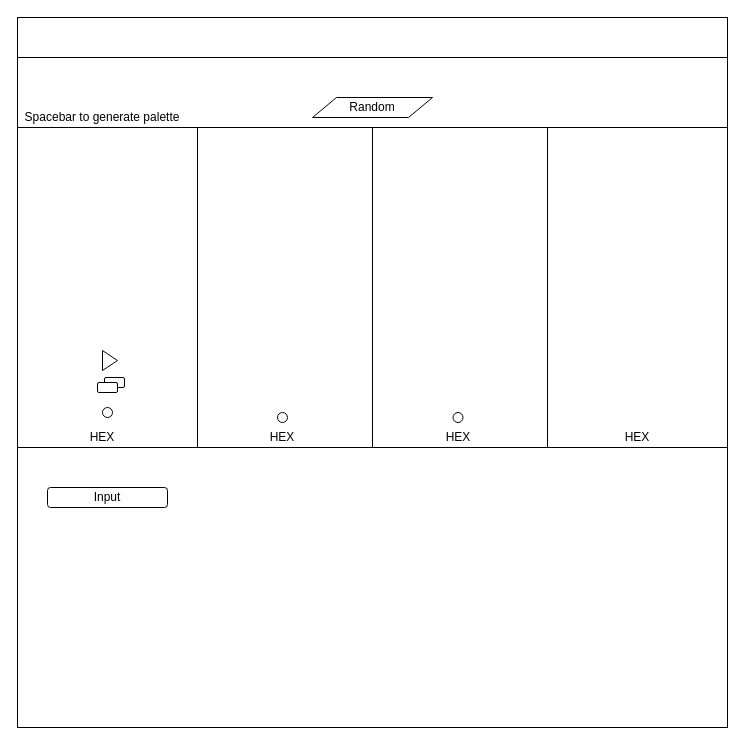
The draw.io diagram plan.drawio in rakanshaker/Color-Palette-Generator, before the edit. Source tidied: cells renumbered, new cells numbered last; positions are measured from the earlier drawing's top-left corner, leaving out a move shared by most shapes. Both pictures are drawn from the tidied source at 100%, with x=0, y=0 at pixel (17, 17).
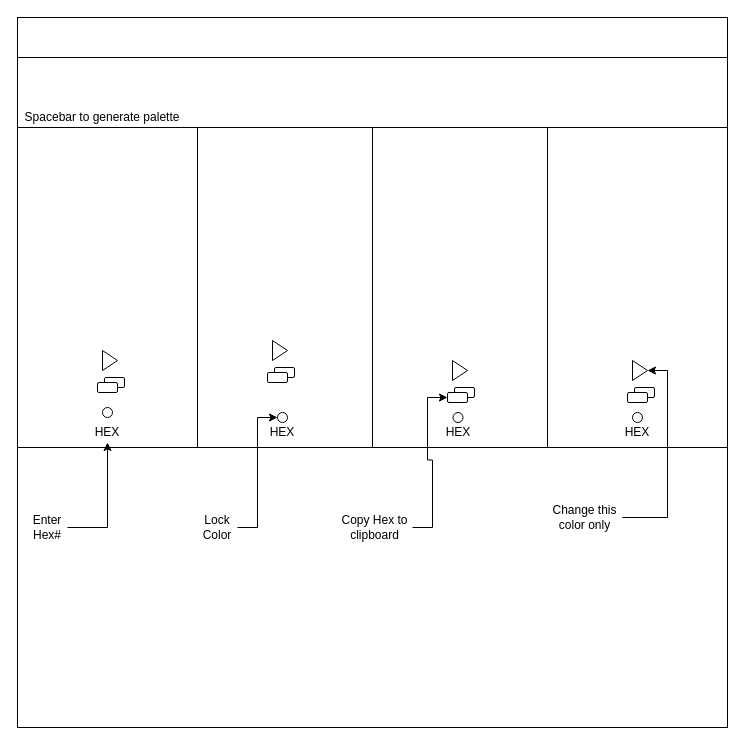
The same diagram, later.

Unchanged cells that the change refers to:
```xml
<mxCell id="18" style="ellipse;whiteSpace=wrap;html=1;" parent="1" vertex="1">
  <mxGeometry x="260" y="395" width="10" height="10" as="geometry" />
</mxCell>
```

The edit, as a diff of the source:
```diff
@@
-    <mxCell id="7" style="rounded=1;whiteSpace=wrap;html=1;" parent="1" vertex="1">
-      <mxGeometry x="30" y="470" width="120" height="20" as="geometry" />
-    </mxCell>
-    <mxCell id="8" value="Input" style="text;html=1;strokeColor=none;fillColor=none;align=center;verticalAlign=middle;whiteSpace=wrap;rounded=0;" parent="1" vertex="1">
-      <mxGeometry x="70" y="470" width="40" height="20" as="geometry" />
-    </mxCell>
-    <mxCell id="9" style="shape=parallelogram;perimeter=parallelogramPerimeter;whiteSpace=wrap;html=1;" parent="1" vertex="1">
-      <mxGeometry x="295" y="80" width="120" height="20" as="geometry" />
-    </mxCell>
-    <mxCell id="10" value="Random" style="text;html=1;strokeColor=none;fillColor=none;align=center;verticalAlign=middle;whiteSpace=wrap;rounded=0;" parent="1" vertex="1">
-      <mxGeometry x="335" y="80" width="40" height="20" as="geometry" />
-    </mxCell>
     <mxCell id="11" value="HEX" style="text;html=1;strokeColor=none;fillColor=none;align=center;verticalAlign=middle;whiteSpace=wrap;rounded=0;" parent="1" vertex="1">
-      <mxGeometry x="65" y="410" width="40" height="20" as="geometry" />
+      <mxGeometry x="70" y="405" width="40" height="20" as="geometry" />
     </mxCell>
     <mxCell id="12" value="HEX" style="text;html=1;strokeColor=none;fillColor=none;align=center;verticalAlign=middle;whiteSpace=wrap;rounded=0;" parent="1" vertex="1">
-      <mxGeometry x="245" y="410" width="40" height="20" as="geometry" />
+      <mxGeometry x="245" y="405" width="40" height="20" as="geometry" />
     </mxCell>
     <mxCell id="13" value="HEX" style="text;html=1;strokeColor=none;fillColor=none;align=center;verticalAlign=middle;whiteSpace=wrap;rounded=0;" parent="1" vertex="1">
-      <mxGeometry x="420.5" y="410" width="40" height="20" as="geometry" />
+      <mxGeometry x="420.5" y="405" width="40" height="20" as="geometry" />
     </mxCell>
     <mxCell id="14" value="HEX" style="text;html=1;strokeColor=none;fillColor=none;align=center;verticalAlign=middle;whiteSpace=wrap;rounded=0;" parent="1" vertex="1">
-      <mxGeometry x="600" y="410" width="40" height="20" as="geometry" />
+      <mxGeometry x="600" y="405" width="40" height="20" as="geometry" />
     </mxCell>
@@
+    <mxCell id="23" style="ellipse;whiteSpace=wrap;html=1;" parent="1" vertex="1">
+      <mxGeometry x="615" y="395" width="10" height="10" as="geometry" />
+    </mxCell>
+    <mxCell id="24" style="triangle;whiteSpace=wrap;html=1;" parent="1" vertex="1">
+      <mxGeometry x="255" y="323" width="15" height="20" as="geometry" />
+    </mxCell>
+    <mxCell id="25" style="rounded=1;whiteSpace=wrap;html=1;" parent="1" vertex="1">
+      <mxGeometry x="257" y="350" width="20" height="10" as="geometry" />
+    </mxCell>
+    <mxCell id="26" style="rounded=1;whiteSpace=wrap;html=1;" parent="1" vertex="1">
+      <mxGeometry x="250" y="355" width="20" height="10" as="geometry" />
+    </mxCell>
+    <mxCell id="27" style="triangle;whiteSpace=wrap;html=1;" parent="1" vertex="1">
+      <mxGeometry x="435" y="343" width="15" height="20" as="geometry" />
+    </mxCell>
+    <mxCell id="28" style="rounded=1;whiteSpace=wrap;html=1;" parent="1" vertex="1">
+      <mxGeometry x="437" y="370" width="20" height="10" as="geometry" />
+    </mxCell>
+    <mxCell id="29" style="rounded=1;whiteSpace=wrap;html=1;" parent="1" vertex="1">
+      <mxGeometry x="430" y="375" width="20" height="10" as="geometry" />
+    </mxCell>
+    <mxCell id="30" style="triangle;whiteSpace=wrap;html=1;" parent="1" vertex="1">
+      <mxGeometry x="615" y="343" width="15" height="20" as="geometry" />
+    </mxCell>
+    <mxCell id="31" style="rounded=1;whiteSpace=wrap;html=1;" parent="1" vertex="1">
+      <mxGeometry x="617" y="370" width="20" height="10" as="geometry" />
+    </mxCell>
+    <mxCell id="32" style="rounded=1;whiteSpace=wrap;html=1;" parent="1" vertex="1">
+      <mxGeometry x="610" y="375" width="20" height="10" as="geometry" />
+    </mxCell>
+    <mxCell id="33" style="edgeStyle=orthogonalEdgeStyle;rounded=0;jettySize=auto;html=1;entryX=0.5;entryY=1;entryDx=0;entryDy=0;" parent="1" edge="1" source="34" target="11">
+      <mxGeometry relative="1" as="geometry" />
+    </mxCell>
+    <mxCell id="34" value="Enter Hex#" style="text;html=1;strokeColor=none;fillColor=none;align=center;verticalAlign=middle;whiteSpace=wrap;rounded=0;" parent="1" vertex="1">
+      <mxGeometry x="10" y="500" width="40" height="20" as="geometry" />
+    </mxCell>
+    <mxCell id="35" style="edgeStyle=orthogonalEdgeStyle;rounded=0;jettySize=auto;html=1;entryX=0;entryY=0.5;entryDx=0;entryDy=0;" parent="1" edge="1" source="36" target="18">
+      <mxGeometry relative="1" as="geometry" />
+    </mxCell>
+    <mxCell id="36" value="Lock Color" style="text;html=1;strokeColor=none;fillColor=none;align=center;verticalAlign=middle;whiteSpace=wrap;rounded=0;" parent="1" vertex="1">
+      <mxGeometry x="180" y="500" width="40" height="20" as="geometry" />
+    </mxCell>
+    <mxCell id="37" style="edgeStyle=orthogonalEdgeStyle;rounded=0;jettySize=auto;html=1;entryX=0;entryY=0.5;entryDx=0;entryDy=0;" parent="1" edge="1" source="38" target="29">
+      <mxGeometry relative="1" as="geometry" />
+    </mxCell>
+    <mxCell id="38" value="Copy Hex to clipboard" style="text;html=1;strokeColor=none;fillColor=none;align=center;verticalAlign=middle;whiteSpace=wrap;rounded=0;" parent="1" vertex="1">
+      <mxGeometry x="320" y="500" width="75" height="20" as="geometry" />
+    </mxCell>
+    <mxCell id="39" style="edgeStyle=orthogonalEdgeStyle;rounded=0;jettySize=auto;html=1;entryX=1;entryY=0.5;entryDx=0;entryDy=0;" parent="1" edge="1" source="40" target="30">
+      <mxGeometry relative="1" as="geometry" />
+    </mxCell>
+    <mxCell id="40" value="Change this color only" style="text;html=1;strokeColor=none;fillColor=none;align=center;verticalAlign=middle;whiteSpace=wrap;rounded=0;" parent="1" vertex="1">
+      <mxGeometry x="530" y="490" width="75" height="20" as="geometry" />
+    </mxCell>
```
